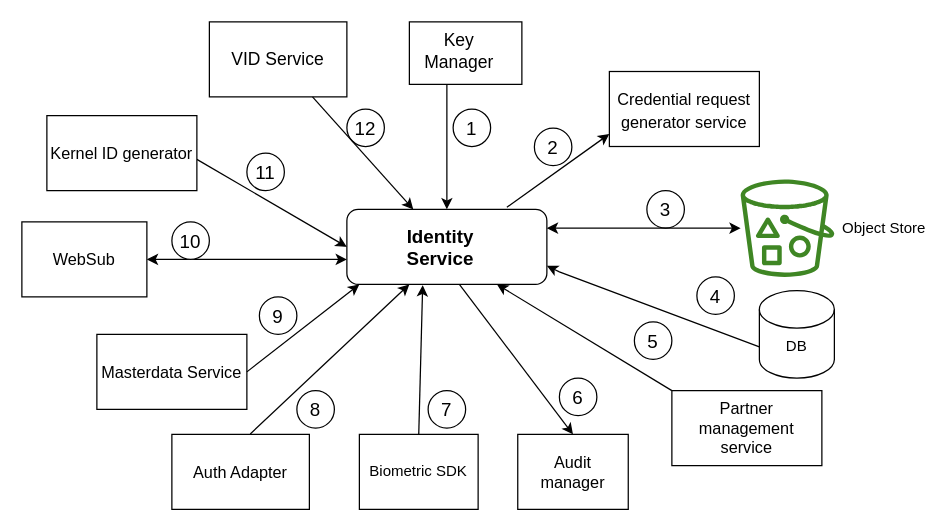
The draw.io diagram docs/_images/identity-service.drawio in mosip/documentation, before the edit. Source tidied: cells renumbered, new cells numbered last; positions are measured from the earlier drawing's top-left corner, leaving out a move shared by most shapes. Both pictures are drawn from the tidied source at 125%, with x=0, y=0 at pixel (21, 21).
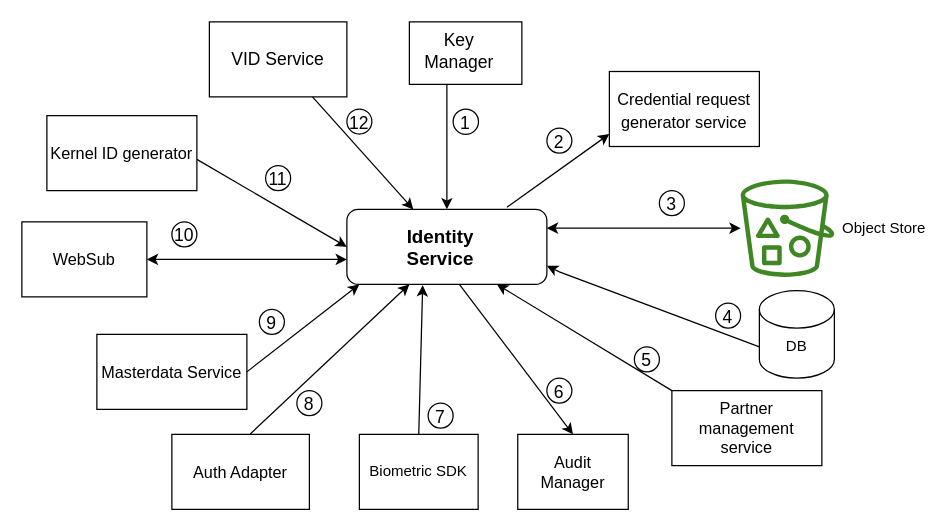
Above is the later version.

What changed in the source:
```diff
@@
-    <mxCell id="16" value="&lt;font style=&quot;font-size: 13px&quot;&gt;Audit manager&lt;/font&gt;" style="text;html=1;strokeColor=none;fillColor=none;align=center;verticalAlign=middle;whiteSpace=wrap;rounded=0;" parent="1" vertex="1">
+    <mxCell id="16" value="&lt;font style=&quot;font-size: 13px&quot;&gt;Audit Manager&lt;/font&gt;" style="text;html=1;strokeColor=none;fillColor=none;align=center;verticalAlign=middle;whiteSpace=wrap;rounded=0;" parent="1" vertex="1">
       <mxGeometry x="410.9" y="345" width="60" height="30" as="geometry" />
     </mxCell>
@@
-    <mxCell id="21" value="1" style="ellipse;whiteSpace=wrap;html=1;fontSize=15;" parent="1" vertex="1">
-      <mxGeometry x="345" y="69.7" width="30" height="30" as="geometry" />
+    <mxCell id="21" value="&lt;font style=&quot;font-size: 14px&quot;&gt;1&lt;/font&gt;" style="ellipse;whiteSpace=wrap;html=1;fontSize=15;" parent="1" vertex="1">
+      <mxGeometry x="345" y="69.7" width="20.3" height="20.3" as="geometry" />
     </mxCell>
-    <mxCell id="22" value="2" style="ellipse;whiteSpace=wrap;html=1;fontSize=15;" parent="1" vertex="1">
-      <mxGeometry x="410" y="85" width="30" height="30" as="geometry" />
+    <mxCell id="22" value="&lt;font style=&quot;font-size: 14px&quot;&gt;2&lt;/font&gt;" style="ellipse;whiteSpace=wrap;html=1;fontSize=15;" parent="1" vertex="1">
+      <mxGeometry x="420" y="85" width="20" height="20" as="geometry" />
     </mxCell>
-    <mxCell id="23" value="3" style="ellipse;whiteSpace=wrap;html=1;fontSize=15;" parent="1" vertex="1">
-      <mxGeometry x="500" y="135" width="30" height="30" as="geometry" />
+    <mxCell id="23" value="&lt;font style=&quot;font-size: 14px&quot;&gt;3&lt;/font&gt;" style="ellipse;whiteSpace=wrap;html=1;fontSize=15;" parent="1" vertex="1">
+      <mxGeometry x="510" y="135" width="20" height="20" as="geometry" />
     </mxCell>
-    <mxCell id="24" value="4" style="ellipse;whiteSpace=wrap;html=1;fontSize=15;" parent="1" vertex="1">
-      <mxGeometry x="540" y="204" width="30" height="30" as="geometry" />
+    <mxCell id="24" value="&lt;font style=&quot;font-size: 14px&quot;&gt;4&lt;/font&gt;" style="ellipse;whiteSpace=wrap;html=1;fontSize=15;" parent="1" vertex="1">
+      <mxGeometry x="555" y="225" width="20" height="20" as="geometry" />
     </mxCell>
-    <mxCell id="25" value="5" style="ellipse;whiteSpace=wrap;html=1;fontSize=15;" parent="1" vertex="1">
-      <mxGeometry x="490" y="240" width="30" height="30" as="geometry" />
+    <mxCell id="25" value="&lt;font style=&quot;font-size: 14px&quot;&gt;5&lt;/font&gt;" style="ellipse;whiteSpace=wrap;html=1;fontSize=15;" parent="1" vertex="1">
+      <mxGeometry x="490" y="260" width="20" height="20" as="geometry" />
     </mxCell>
-    <mxCell id="26" value="6" style="ellipse;whiteSpace=wrap;html=1;fontSize=15;" parent="1" vertex="1">
-      <mxGeometry x="430" y="285" width="30" height="30" as="geometry" />
+    <mxCell id="26" value="&lt;font style=&quot;font-size: 14px&quot;&gt;6&lt;/font&gt;" style="ellipse;whiteSpace=wrap;html=1;fontSize=15;" parent="1" vertex="1">
+      <mxGeometry x="420" y="285" width="20" height="20" as="geometry" />
     </mxCell>
-    <mxCell id="27" value="8" style="ellipse;whiteSpace=wrap;html=1;fontSize=15;" parent="1" vertex="1">
-      <mxGeometry x="220" y="295" width="30" height="30" as="geometry" />
+    <mxCell id="27" value="&lt;font style=&quot;font-size: 14px&quot;&gt;8&lt;/font&gt;" style="ellipse;whiteSpace=wrap;html=1;fontSize=15;" parent="1" vertex="1">
+      <mxGeometry x="220" y="295" width="20" height="20" as="geometry" />
     </mxCell>
-    <mxCell id="28" value="7" style="ellipse;whiteSpace=wrap;html=1;fontSize=15;" parent="1" vertex="1">
-      <mxGeometry x="325" y="295" width="30" height="30" as="geometry" />
+    <mxCell id="28" value="&lt;font style=&quot;font-size: 14px&quot;&gt;7&lt;/font&gt;" style="ellipse;whiteSpace=wrap;html=1;fontSize=15;" parent="1" vertex="1">
+      <mxGeometry x="325" y="305" width="20" height="20" as="geometry" />
     </mxCell>
-    <mxCell id="29" value="12" style="ellipse;whiteSpace=wrap;html=1;fontSize=15;" parent="1" vertex="1">
-      <mxGeometry x="260" y="69.7" width="30" height="30" as="geometry" />
+    <mxCell id="29" value="&lt;font style=&quot;font-size: 14px&quot;&gt;12&lt;/font&gt;" style="ellipse;whiteSpace=wrap;html=1;fontSize=15;" parent="1" vertex="1">
+      <mxGeometry x="260" y="69.7" width="20" height="20" as="geometry" />
     </mxCell>
-    <mxCell id="30" value="9" style="ellipse;whiteSpace=wrap;html=1;fontSize=15;" parent="1" vertex="1">
-      <mxGeometry x="190" y="220" width="30" height="30" as="geometry" />
+    <mxCell id="30" value="&lt;font style=&quot;font-size: 14px&quot;&gt;9&lt;/font&gt;" style="ellipse;whiteSpace=wrap;html=1;fontSize=15;" parent="1" vertex="1">
+      <mxGeometry x="190" y="230" width="20" height="20" as="geometry" />
     </mxCell>
-    <mxCell id="31" value="11" style="ellipse;whiteSpace=wrap;html=1;fontSize=15;" parent="1" vertex="1">
-      <mxGeometry x="180" y="105" width="30" height="30" as="geometry" />
+    <mxCell id="31" value="&lt;font style=&quot;font-size: 14px&quot;&gt;11&lt;/font&gt;" style="ellipse;whiteSpace=wrap;html=1;fontSize=15;" parent="1" vertex="1">
+      <mxGeometry x="195" y="115" width="20" height="20" as="geometry" />
     </mxCell>
-    <mxCell id="32" value="10" style="ellipse;whiteSpace=wrap;html=1;fontSize=15;" parent="1" vertex="1">
-      <mxGeometry x="120" y="160" width="30" height="30" as="geometry" />
+    <mxCell id="32" value="&lt;font style=&quot;font-size: 14px&quot;&gt;10&lt;/font&gt;" style="ellipse;whiteSpace=wrap;html=1;fontSize=15;" parent="1" vertex="1">
+      <mxGeometry x="120" y="160" width="20" height="20" as="geometry" />
     </mxCell>
```
